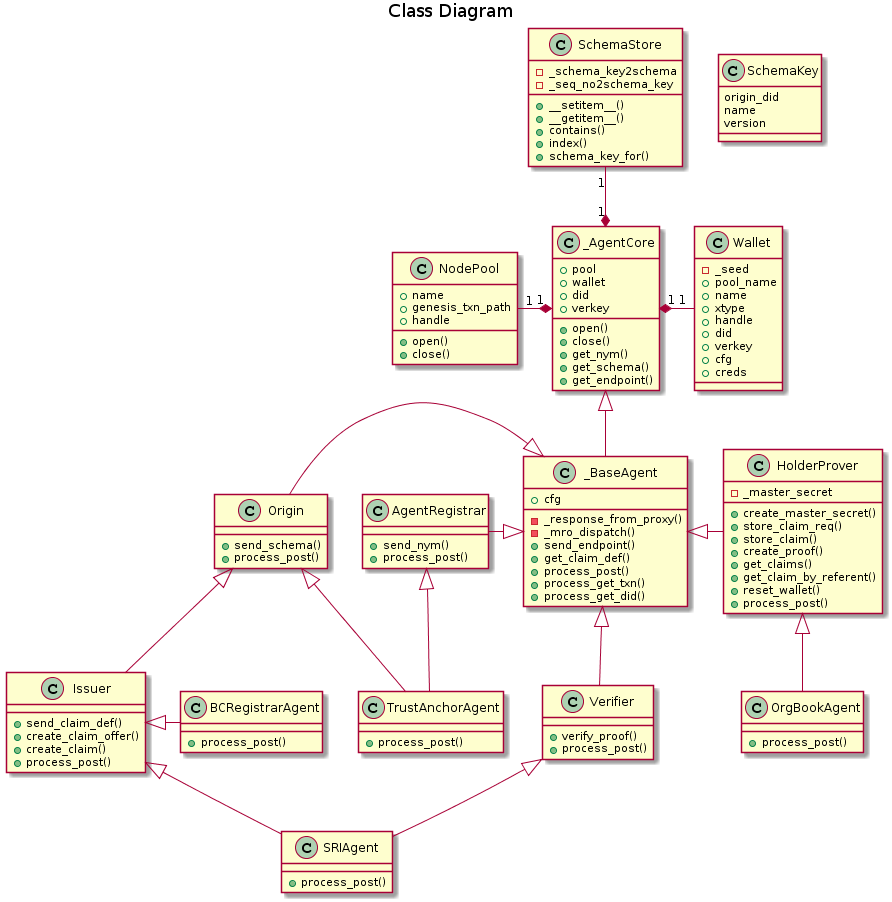
This is doc/pic/class.png from PSPC-SPAC-buyandsell/von_base, a PlantUML export, as it was before one commit.
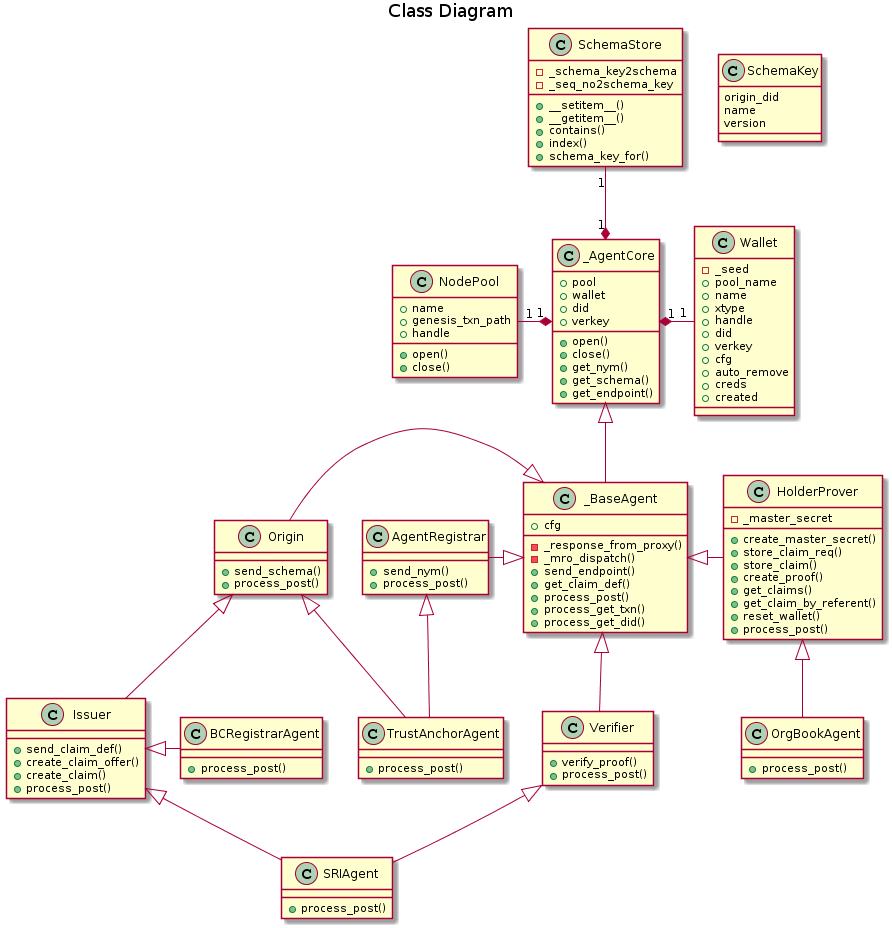
After the commit.

Change to the diagram source:
```diff
@@ -27,7 +27,9 @@
     +did
     +verkey
     +cfg
+    +auto_remove
     +creds
+    +created
 }
 
 class NodePool {
```
